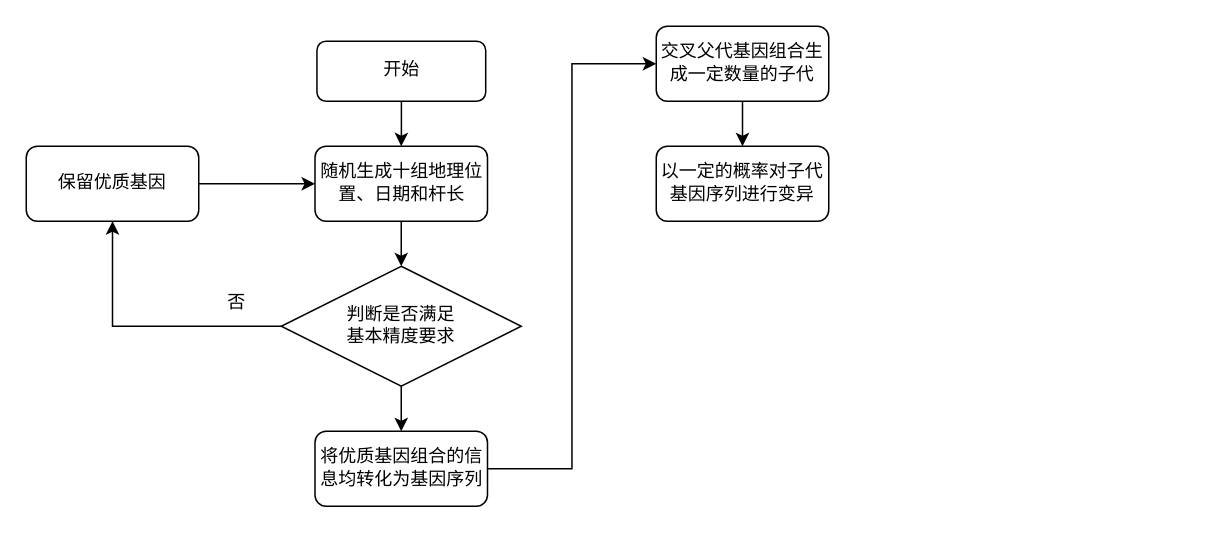
Edsater/other keeps this draw.io diagram as 2015A.drawio. Above is the earlier version. Source tidied: cells renumbered, new cells numbered last; positions are measured from the earlier drawing's top-left corner, leaving out a move shared by most shapes. Both pictures are drawn from the tidied source at 150%, with x=0, y=0 at pixel (26, 26).
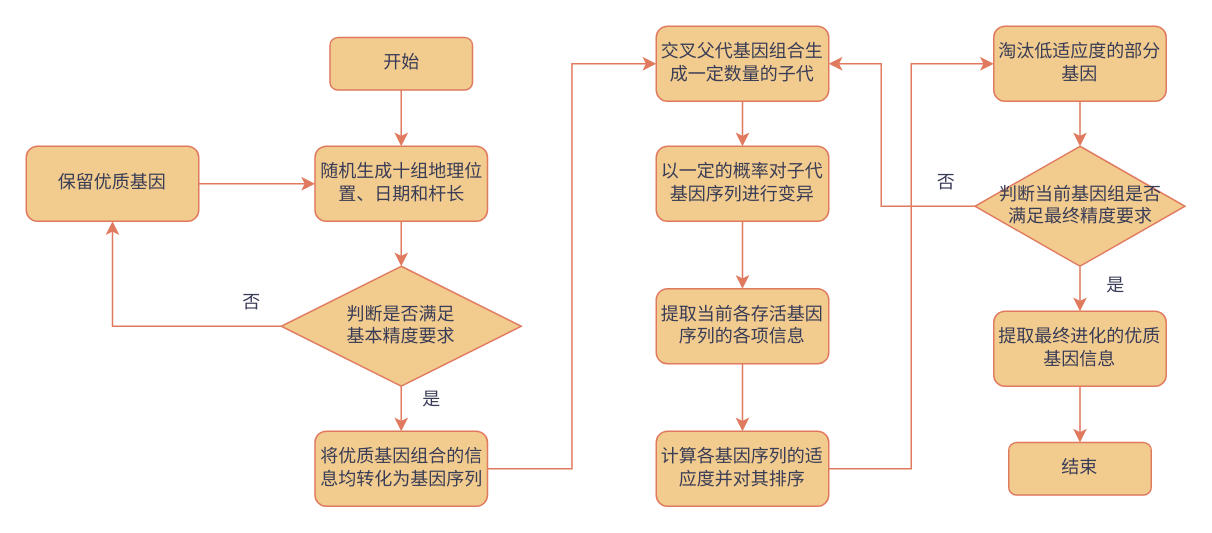
The same page after the edit.

Diff of the diagram source:
```diff
@@
-    <mxCell id="2" style="edgeStyle=orthogonalEdgeStyle;rounded=0;jettySize=auto;html=1;fontFamily=Comic Sans MS;fontSize=12;" parent="1" edge="1" source="3" target="5">
-      <mxGeometry relative="1" as="geometry" />
-    </mxCell>
-    <mxCell id="3" value="&lt;font style=&quot;font-size: 12px;&quot;&gt;开始&lt;/font&gt;" style="rounded=1;whiteSpace=wrap;html=1;fontFamily=Comic Sans MS;" parent="1" vertex="1">
-      <mxGeometry x="193.8" y="10" width="112.5" height="40" as="geometry" />
-    </mxCell>
-    <mxCell id="4" style="edgeStyle=orthogonalEdgeStyle;rounded=0;jettySize=auto;html=1;fontFamily=Comic Sans MS;fontSize=12;" parent="1" edge="1" source="5" target="8">
+    <mxCell id="4" style="edgeStyle=orthogonalEdgeStyle;rounded=0;jettySize=auto;html=1;fontFamily=Comic Sans MS;fontSize=12;labelBackgroundColor=#F4F1DE;strokeColor=#E07A5F;fontColor=#393C56;" parent="1" edge="1" source="5" target="8">
       <mxGeometry relative="1" as="geometry" />
     </mxCell>
-    <mxCell id="5" value="&lt;font&gt;随机生成十组地理位置、日期和杆长&lt;/font&gt;" style="rounded=1;whiteSpace=wrap;html=1;fontFamily=Comic Sans MS;" parent="1" vertex="1">
+    <mxCell id="5" value="&lt;font&gt;随机生成十组地理位置、日期和杆长&lt;/font&gt;" style="rounded=1;whiteSpace=wrap;html=1;fontFamily=Comic Sans MS;fillColor=#F2CC8F;strokeColor=#E07A5F;fontColor=#393C56;" parent="1" vertex="1">
       <mxGeometry x="192.5" y="80" width="115" height="50" as="geometry" />
     </mxCell>
-    <mxCell id="6" style="edgeStyle=orthogonalEdgeStyle;rounded=0;jettySize=auto;html=1;fontFamily=Comic Sans MS;fontSize=12;entryX=0.5;entryY=1;entryDx=0;entryDy=0;" parent="1" edge="1" source="8" target="10">
+    <mxCell id="6" style="edgeStyle=orthogonalEdgeStyle;rounded=0;jettySize=auto;html=1;fontFamily=Comic Sans MS;fontSize=12;entryX=0.5;entryY=1;entryDx=0;entryDy=0;labelBackgroundColor=#F4F1DE;strokeColor=#E07A5F;fontColor=#393C56;" parent="1" edge="1" source="8" target="10">
       <mxGeometry relative="1" as="geometry" />
     </mxCell>
-    <mxCell id="7" style="edgeStyle=orthogonalEdgeStyle;rounded=0;jettySize=auto;html=1;fontFamily=Comic Sans MS;fontSize=12;" parent="1" edge="1" source="8" target="13">
+    <mxCell id="7" style="edgeStyle=orthogonalEdgeStyle;rounded=0;jettySize=auto;html=1;fontFamily=Comic Sans MS;fontSize=12;labelBackgroundColor=#F4F1DE;strokeColor=#E07A5F;fontColor=#393C56;" parent="1" edge="1" source="8" target="13">
       <mxGeometry relative="1" as="geometry" />
     </mxCell>
-    <mxCell id="8" value="判断是否满足&lt;br&gt;基本精度要求" style="rhombus;whiteSpace=wrap;html=1;fontFamily=Comic Sans MS;fontSize=12;" parent="1" vertex="1">
+    <mxCell id="8" value="判断是否满足&lt;br&gt;基本精度要求" style="rhombus;whiteSpace=wrap;html=1;fontFamily=Comic Sans MS;fontSize=12;fillColor=#F2CC8F;strokeColor=#E07A5F;fontColor=#393C56;" parent="1" vertex="1">
       <mxGeometry x="170" y="160" width="160" height="80" as="geometry" />
     </mxCell>
-    <mxCell id="9" style="edgeStyle=orthogonalEdgeStyle;rounded=0;jettySize=auto;html=1;fontFamily=Comic Sans MS;fontSize=12;" parent="1" edge="1" source="10" target="5">
+    <mxCell id="9" style="edgeStyle=orthogonalEdgeStyle;rounded=0;jettySize=auto;html=1;fontFamily=Comic Sans MS;fontSize=12;labelBackgroundColor=#F4F1DE;strokeColor=#E07A5F;fontColor=#393C56;" parent="1" edge="1" source="10" target="5">
       <mxGeometry relative="1" as="geometry" />
     </mxCell>
-    <mxCell id="10" value="保留优质基因" style="rounded=1;whiteSpace=wrap;html=1;fontFamily=Comic Sans MS;" parent="1" vertex="1">
+    <mxCell id="10" value="保留优质基因" style="rounded=1;whiteSpace=wrap;html=1;fontFamily=Comic Sans MS;fillColor=#F2CC8F;strokeColor=#E07A5F;fontColor=#393C56;" parent="1" vertex="1">
       <mxGeometry y="80" width="115" height="50" as="geometry" />
     </mxCell>
-    <mxCell id="11" value="否" style="text;html=1;align=center;verticalAlign=middle;strokeColor=none;fillColor=none;fontSize=12;fontFamily=Comic Sans MS;" parent="1" vertex="1">
-      <mxGeometry x="120" y="170" width="40" height="30" as="geometry" />
+    <mxCell id="11" value="否" style="text;html=1;align=center;verticalAlign=middle;strokeColor=none;fillColor=none;fontSize=12;fontFamily=Comic Sans MS;fontColor=#393C56;" parent="1" vertex="1">
+      <mxGeometry x="130" y="170" width="40" height="30" as="geometry" />
     </mxCell>
-    <mxCell id="12" style="edgeStyle=orthogonalEdgeStyle;rounded=0;jettySize=auto;html=1;fontFamily=Comic Sans MS;fontSize=12;entryX=0;entryY=0.5;entryDx=0;entryDy=0;" parent="1" edge="1" source="13" target="15">
+    <mxCell id="12" style="edgeStyle=orthogonalEdgeStyle;rounded=0;jettySize=auto;html=1;fontFamily=Comic Sans MS;fontSize=12;entryX=0;entryY=0.5;entryDx=0;entryDy=0;labelBackgroundColor=#F4F1DE;strokeColor=#E07A5F;fontColor=#393C56;" parent="1" edge="1" source="13" target="15">
       <mxGeometry relative="1" as="geometry" />
     </mxCell>
-    <mxCell id="13" value="将优质基因组合的信息均转化为基因序列" style="rounded=1;whiteSpace=wrap;html=1;fontFamily=Comic Sans MS;" parent="1" vertex="1">
+    <mxCell id="13" value="将优质基因组合的信息均转化为基因序列" style="rounded=1;whiteSpace=wrap;html=1;fontFamily=Comic Sans MS;fillColor=#F2CC8F;strokeColor=#E07A5F;fontColor=#393C56;" parent="1" vertex="1">
       <mxGeometry x="192.5" y="270" width="115" height="50" as="geometry" />
     </mxCell>
-    <mxCell id="14" style="edgeStyle=orthogonalEdgeStyle;rounded=0;jettySize=auto;html=1;fontFamily=Comic Sans MS;fontSize=12;" parent="1" edge="1" source="15" target="16">
+    <mxCell id="14" style="edgeStyle=orthogonalEdgeStyle;rounded=0;jettySize=auto;html=1;fontFamily=Comic Sans MS;fontSize=12;labelBackgroundColor=#F4F1DE;strokeColor=#E07A5F;fontColor=#393C56;" parent="1" edge="1" source="15" target="16">
       <mxGeometry relative="1" as="geometry" />
     </mxCell>
-    <mxCell id="15" value="交叉父代基因组合生成一定数量的子代" style="rounded=1;whiteSpace=wrap;html=1;fontFamily=Comic Sans MS;" parent="1" vertex="1">
+    <mxCell id="15" value="交叉父代基因组合生成一定数量的子代" style="rounded=1;whiteSpace=wrap;html=1;fontFamily=Comic Sans MS;fillColor=#F2CC8F;strokeColor=#E07A5F;fontColor=#393C56;" parent="1" vertex="1">
       <mxGeometry x="420" width="115" height="50" as="geometry" />
     </mxCell>
+    <mxCell id="17" style="edgeStyle=orthogonalEdgeStyle;rounded=0;jettySize=auto;html=1;fontFamily=Comic Sans MS;fontSize=12;labelBackgroundColor=#F4F1DE;strokeColor=#E07A5F;fontColor=#393C56;" parent="1" edge="1" source="16" target="19">
+      <mxGeometry relative="1" as="geometry" />
+    </mxCell>
-    <mxCell id="16" value="以一定的概率对子代基因序列进行变异" style="rounded=1;whiteSpace=wrap;html=1;fontFamily=Comic Sans MS;" parent="1" vertex="1">
+    <mxCell id="16" value="以一定的概率对子代基因序列进行变异" style="rounded=1;whiteSpace=wrap;html=1;fontFamily=Comic Sans MS;fillColor=#F2CC8F;strokeColor=#E07A5F;fontColor=#393C56;" parent="1" vertex="1">
       <mxGeometry x="420" y="80" width="115" height="50" as="geometry" />
     </mxCell>
+    <mxCell id="18" style="edgeStyle=orthogonalEdgeStyle;rounded=0;jettySize=auto;html=1;fontFamily=Comic Sans MS;fontSize=12;labelBackgroundColor=#F4F1DE;strokeColor=#E07A5F;fontColor=#393C56;" parent="1" edge="1" source="19" target="21">
+      <mxGeometry relative="1" as="geometry" />
+    </mxCell>
+    <mxCell id="19" value="提取当前各存活基因序列的各项信息" style="rounded=1;whiteSpace=wrap;html=1;fontFamily=Comic Sans MS;fillColor=#F2CC8F;strokeColor=#E07A5F;fontColor=#393C56;" parent="1" vertex="1">
+      <mxGeometry x="420" y="175" width="115" height="50" as="geometry" />
+    </mxCell>
+    <mxCell id="20" style="edgeStyle=orthogonalEdgeStyle;rounded=0;jettySize=auto;html=1;fontFamily=Comic Sans MS;fontSize=12;entryX=0;entryY=0.5;entryDx=0;entryDy=0;labelBackgroundColor=#F4F1DE;strokeColor=#E07A5F;fontColor=#393C56;" parent="1" edge="1" source="21" target="23">
+      <mxGeometry relative="1" as="geometry" />
+    </mxCell>
+    <mxCell id="21" value="计算各基因序列的适应度并对其排序" style="rounded=1;whiteSpace=wrap;html=1;fontFamily=Comic Sans MS;fillColor=#F2CC8F;strokeColor=#E07A5F;fontColor=#393C56;" parent="1" vertex="1">
+      <mxGeometry x="420" y="270" width="115" height="50" as="geometry" />
+    </mxCell>
+    <mxCell id="22" style="edgeStyle=orthogonalEdgeStyle;rounded=0;jettySize=auto;html=1;fontFamily=Comic Sans MS;fontSize=12;labelBackgroundColor=#F4F1DE;strokeColor=#E07A5F;fontColor=#393C56;" parent="1" edge="1" source="23" target="26">
+      <mxGeometry relative="1" as="geometry" />
+    </mxCell>
+    <mxCell id="23" value="淘汰低适应度的部分基因" style="rounded=1;whiteSpace=wrap;html=1;fontFamily=Comic Sans MS;fillColor=#F2CC8F;strokeColor=#E07A5F;fontColor=#393C56;" parent="1" vertex="1">
+      <mxGeometry x="645" width="115" height="50" as="geometry" />
+    </mxCell>
+    <mxCell id="24" style="edgeStyle=orthogonalEdgeStyle;rounded=0;jettySize=auto;html=1;fontFamily=Comic Sans MS;fontSize=12;entryX=1;entryY=0.5;entryDx=0;entryDy=0;labelBackgroundColor=#F4F1DE;strokeColor=#E07A5F;fontColor=#393C56;" parent="1" edge="1" source="26" target="15">
+      <mxGeometry relative="1" as="geometry">
+        <Array as="points">
+          <mxPoint x="570" y="120" />
+          <mxPoint x="570" y="25" />
+        </Array>
+      </mxGeometry>
+    </mxCell>
+    <mxCell id="25" style="edgeStyle=orthogonalEdgeStyle;rounded=0;jettySize=auto;html=1;fontFamily=Comic Sans MS;fontSize=12;labelBackgroundColor=#F4F1DE;strokeColor=#E07A5F;fontColor=#393C56;" parent="1" edge="1" source="26" target="30">
+      <mxGeometry relative="1" as="geometry" />
+    </mxCell>
+    <mxCell id="26" value="判断当前基因组是否&lt;br&gt;满足最终精度要求" style="rhombus;whiteSpace=wrap;html=1;fontFamily=Comic Sans MS;fontSize=12;fillColor=#F2CC8F;strokeColor=#E07A5F;fontColor=#393C56;" parent="1" vertex="1">
+      <mxGeometry x="632.5" y="80" width="140" height="80" as="geometry" />
+    </mxCell>
+    <mxCell id="27" value="是" style="text;html=1;align=center;verticalAlign=middle;strokeColor=none;fillColor=none;fontSize=12;fontFamily=Comic Sans MS;fontColor=#393C56;" parent="1" vertex="1">
+      <mxGeometry x="250" y="235" width="40" height="30" as="geometry" />
+    </mxCell>
+    <mxCell id="28" value="否" style="text;html=1;align=center;verticalAlign=middle;strokeColor=none;fillColor=none;fontSize=12;fontFamily=Comic Sans MS;fontColor=#393C56;" parent="1" vertex="1">
+      <mxGeometry x="592.5" y="90" width="40" height="30" as="geometry" />
+    </mxCell>
+    <mxCell id="29" style="edgeStyle=orthogonalEdgeStyle;rounded=0;jettySize=auto;html=1;fontFamily=Comic Sans MS;fontSize=12;labelBackgroundColor=#F4F1DE;strokeColor=#E07A5F;fontColor=#393C56;" parent="1" edge="1" source="30" target="31">
+      <mxGeometry relative="1" as="geometry" />
+    </mxCell>
+    <mxCell id="30" value="提取最终进化的优质基因信息" style="rounded=1;whiteSpace=wrap;html=1;fontFamily=Comic Sans MS;fillColor=#F2CC8F;strokeColor=#E07A5F;fontColor=#393C56;" parent="1" vertex="1">
+      <mxGeometry x="645" y="190" width="115" height="50" as="geometry" />
+    </mxCell>
+    <mxCell id="31" value="结束" style="rounded=1;whiteSpace=wrap;html=1;fontFamily=Comic Sans MS;fillColor=#F2CC8F;strokeColor=#E07A5F;fontColor=#393C56;" parent="1" vertex="1">
+      <mxGeometry x="655" y="277.5" width="95" height="35" as="geometry" />
+    </mxCell>
+    <mxCell id="2" style="edgeStyle=orthogonalEdgeStyle;rounded=0;jettySize=auto;html=1;entryX=0.5;entryY=0;entryDx=0;entryDy=0;fontFamily=Comic Sans MS;fontSize=12;labelBackgroundColor=#F4F1DE;strokeColor=#E07A5F;fontColor=#393C56;" parent="1" edge="1" source="3" target="5">
+      <mxGeometry relative="1" as="geometry" />
+    </mxCell>
+    <mxCell id="3" value="开始" style="rounded=1;whiteSpace=wrap;html=1;fontFamily=Comic Sans MS;fillColor=#F2CC8F;strokeColor=#E07A5F;fontColor=#393C56;" parent="1" vertex="1">
+      <mxGeometry x="202.5" y="7.5" width="95" height="35" as="geometry" />
+    </mxCell>
+    <mxCell id="32" value="是" style="text;html=1;align=center;verticalAlign=middle;strokeColor=none;fillColor=none;fontColor=#393C56;" parent="1" vertex="1">
+      <mxGeometry x="711" y="160" width="30" height="26" as="geometry" />
+    </mxCell>
```
